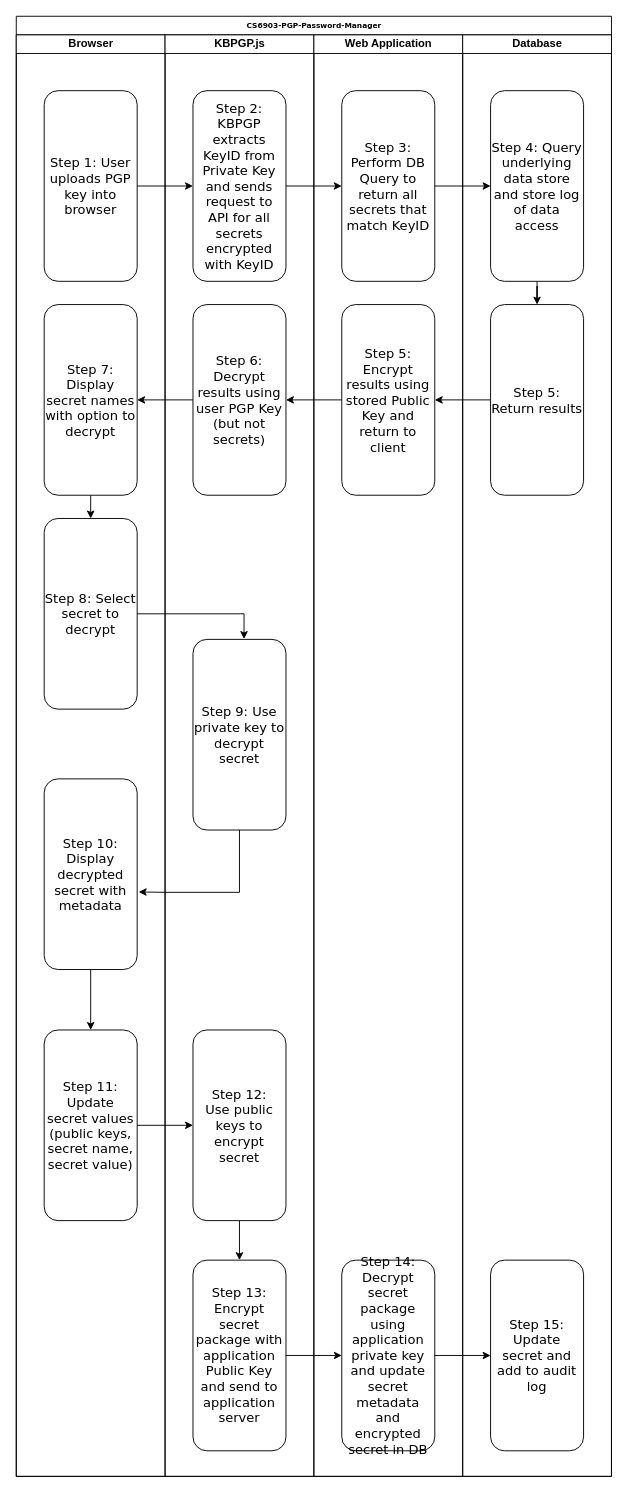
Before: page "Modify Secret" (3 of 3) of documentation/CS6903-PGP-Password-Manager-Workflow.drawio in joelbcastillo/CS6903-PGP-Password-Manager, a draw.io diagram. Source tidied: cells renumbered, new cells numbered last; positions are measured from the earlier drawing's top-left corner, leaving out a move shared by most shapes. Both pictures are drawn from the tidied source at 93%, with x=0, y=0 at pixel (16, 16).
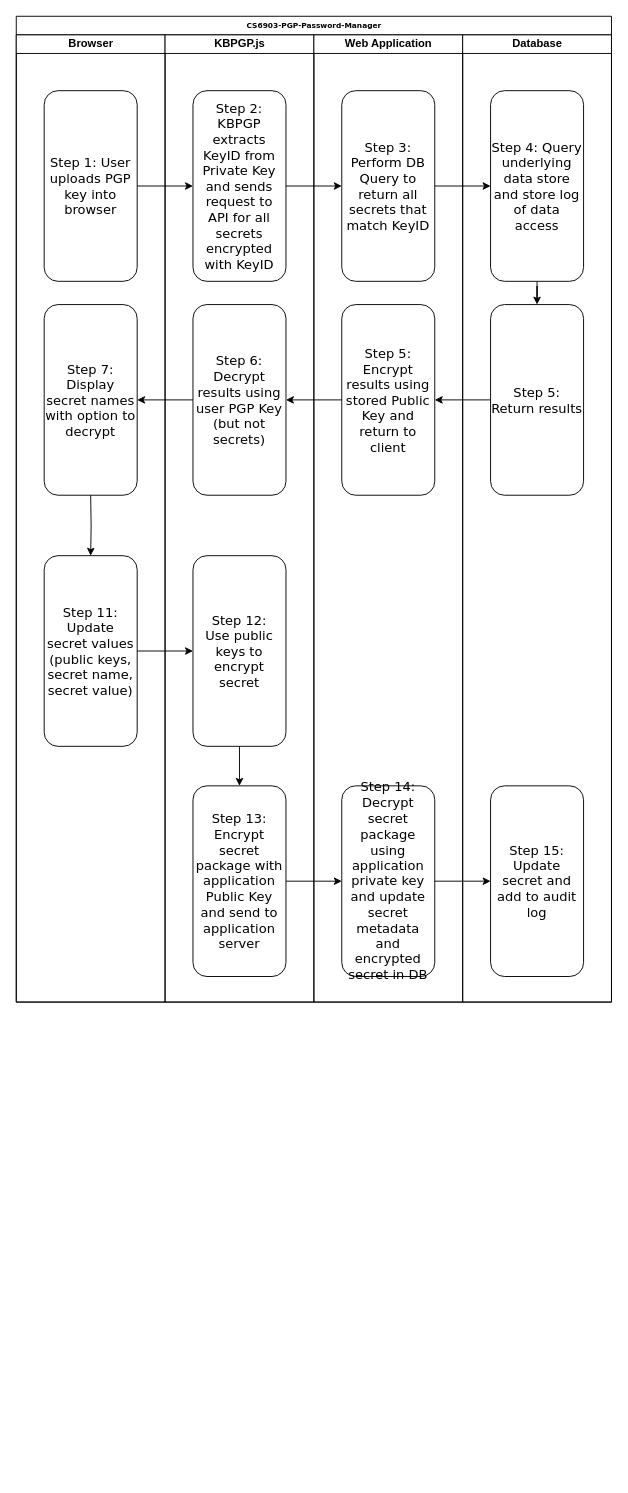
Above is the later version.

Unchanged cells that the change refers to:
```xml
<mxCell id="6" value="&lt;font style=&quot;font-size: 14px&quot;&gt;Step 7: Display secret names with option to decrypt&lt;br&gt;&lt;/font&gt;" style="rounded=1;whiteSpace=wrap;html=1;shadow=0;labelBackgroundColor=none;strokeWidth=1;fontFamily=Verdana;fontSize=8;align=center;" parent="3" vertex="1">
  <mxGeometry x="30" y="290" width="100" height="205" as="geometry" />
</mxCell>
```

Change to the diagram source:
```diff
@@
     <mxCell id="2" value="CS6903-PGP-Password-Manager" style="swimlane;html=1;startSize=20;rounded=0;shadow=0;labelBackgroundColor=none;strokeWidth=1;fontFamily=Verdana;fontSize=8;align=center;" parent="1" vertex="1">
-      <mxGeometry width="640" height="1570" as="geometry" />
+      <mxGeometry width="640" height="1060" as="geometry" />
     </mxCell>
     <mxCell id="3" value="Browser" style="swimlane;html=1;startSize=20;" parent="2" vertex="1">
-      <mxGeometry y="20" width="160" height="1550" as="geometry" />
+      <mxGeometry y="20" width="160" height="1040" as="geometry" />
     </mxCell>
@@
-    <mxCell id="5" style="edgeStyle=orthogonalEdgeStyle;rounded=0;jettySize=auto;html=1;exitX=0.5;exitY=1;exitDx=0;exitDy=0;entryX=0.5;entryY=0;entryDx=0;entryDy=0;" parent="3" edge="1" source="6" target="7">
-      <mxGeometry relative="1" as="geometry" />
-    </mxCell>
@@
-    <mxCell id="7" value="&lt;font style=&quot;font-size: 14px&quot;&gt;Step 8: Select secret to decrypt&lt;br&gt;&lt;/font&gt;" style="rounded=1;whiteSpace=wrap;html=1;shadow=0;labelBackgroundColor=none;strokeWidth=1;fontFamily=Verdana;fontSize=8;align=center;" parent="3" vertex="1">
-      <mxGeometry x="30" y="520" width="100" height="205" as="geometry" />
-    </mxCell>
-    <mxCell id="8" style="edgeStyle=orthogonalEdgeStyle;rounded=0;jettySize=auto;html=1;entryX=0.5;entryY=0;entryDx=0;entryDy=0;" parent="3" edge="1" source="9" target="10">
-      <mxGeometry relative="1" as="geometry" />
+    <mxCell id="8" style="edgeStyle=orthogonalEdgeStyle;rounded=0;jettySize=auto;html=1;entryX=0.5;entryY=0;entryDx=0;entryDy=0;" parent="3" edge="1" target="10">
+      <mxGeometry relative="1" as="geometry">
+        <mxPoint x="80" y="495" as="sourcePoint" />
+      </mxGeometry>
     </mxCell>
-    <mxCell id="9" value="&lt;font style=&quot;font-size: 14px&quot;&gt;Step 10: Display decrypted secret with metadata&lt;br&gt;&lt;/font&gt;" style="rounded=1;whiteSpace=wrap;html=1;shadow=0;labelBackgroundColor=none;strokeWidth=1;fontFamily=Verdana;fontSize=8;align=center;" parent="3" vertex="1">
-      <mxGeometry x="30" y="800" width="100" height="205" as="geometry" />
-    </mxCell>
     <mxCell id="10" value="&lt;font style=&quot;font-size: 14px&quot;&gt;Step 11: &lt;br&gt;Update secret values (public keys, secret name, secret value)&lt;br&gt;&lt;/font&gt;" style="rounded=1;whiteSpace=wrap;html=1;shadow=0;labelBackgroundColor=none;strokeWidth=1;fontFamily=Verdana;fontSize=8;align=center;" parent="3" vertex="1">
-      <mxGeometry x="30" y="1070" width="100" height="205" as="geometry" />
+      <mxGeometry x="30" y="560" width="100" height="205" as="geometry" />
     </mxCell>
@@
     <mxCell id="22" value="KBPGP.js" style="swimlane;html=1;startSize=20;" parent="2" vertex="1">
-      <mxGeometry x="160" y="20" width="160" height="1550" as="geometry" />
+      <mxGeometry x="160" y="20" width="160" height="1040" as="geometry" />
     </mxCell>
@@
-    <mxCell id="25" value="&lt;font style=&quot;font-size: 14px&quot;&gt;Step 9: Use private key to decrypt secret&lt;br&gt;&lt;/font&gt;" style="rounded=1;whiteSpace=wrap;html=1;shadow=0;labelBackgroundColor=none;strokeWidth=1;fontFamily=Verdana;fontSize=8;align=center;" parent="22" vertex="1">
-      <mxGeometry x="30" y="650" width="100" height="205" as="geometry" />
-    </mxCell>
@@
     <mxCell id="27" value="&lt;font style=&quot;font-size: 14px&quot;&gt;Step 12: &lt;br&gt;Use public keys to encrypt secret&lt;br&gt;&lt;/font&gt;" style="rounded=1;whiteSpace=wrap;html=1;shadow=0;labelBackgroundColor=none;strokeWidth=1;fontFamily=Verdana;fontSize=8;align=center;" parent="22" vertex="1">
-      <mxGeometry x="30" y="1070" width="100" height="205" as="geometry" />
+      <mxGeometry x="30" y="560" width="100" height="205" as="geometry" />
     </mxCell>
     <mxCell id="28" value="&lt;font style=&quot;font-size: 14px&quot;&gt;Step 13: Encrypt secret package with application Public Key and send to application server&lt;br&gt;&lt;/font&gt;" style="rounded=1;whiteSpace=wrap;html=1;shadow=0;labelBackgroundColor=none;strokeWidth=1;fontFamily=Verdana;fontSize=8;align=center;" parent="22" vertex="1">
-      <mxGeometry x="30" y="1317.5" width="100" height="205" as="geometry" />
+      <mxGeometry x="30" y="807.5" width="100" height="205" as="geometry" />
     </mxCell>
+    <mxCell id="49" style="edgeStyle=orthogonalEdgeStyle;rounded=0;jettySize=auto;html=1;entryX=0;entryY=0.5;entryDx=0;entryDy=0;" parent="2" edge="1" source="10" target="27">
+      <mxGeometry relative="1" as="geometry" />
+    </mxCell>
+    <mxCell id="50" style="edgeStyle=orthogonalEdgeStyle;rounded=0;jettySize=auto;html=1;" parent="2" edge="1" source="33" target="40">
+      <mxGeometry relative="1" as="geometry" />
+    </mxCell>
+    <mxCell id="51" style="edgeStyle=orthogonalEdgeStyle;rounded=0;jettySize=auto;html=1;entryX=0;entryY=0.5;entryDx=0;entryDy=0;" parent="2" edge="1" source="28" target="33">
+      <mxGeometry relative="1" as="geometry" />
+    </mxCell>
     <mxCell id="29" value="Web Application" style="swimlane;html=1;startSize=20;" parent="2" vertex="1">
-      <mxGeometry x="320" y="20" width="160" height="1550" as="geometry" />
+      <mxGeometry x="320" y="20" width="160" height="1040" as="geometry" />
     </mxCell>
@@
     <mxCell id="33" value="&lt;font style=&quot;font-size: 14px&quot;&gt;Step 14:&lt;br&gt;Decrypt secret package using application private key and update secret metadata and encrypted secret in DB&lt;br&gt;&lt;/font&gt;" style="rounded=1;whiteSpace=wrap;html=1;shadow=0;labelBackgroundColor=none;strokeWidth=1;fontFamily=Verdana;fontSize=8;align=center;" parent="29" vertex="1">
-      <mxGeometry x="30" y="1317.5" width="100" height="205" as="geometry" />
+      <mxGeometry x="30" y="807.5" width="100" height="205" as="geometry" />
     </mxCell>
     <mxCell id="34" value="Database" style="swimlane;html=1;startSize=20;" parent="2" vertex="1">
-      <mxGeometry x="480" y="20" width="160" height="1550" as="geometry" />
+      <mxGeometry x="480" y="20" width="160" height="1040" as="geometry" />
     </mxCell>
@@
     <mxCell id="40" value="&lt;font style=&quot;font-size: 14px&quot;&gt;Step 15:&lt;br&gt;Update secret and add to audit log&lt;br&gt;&lt;/font&gt;" style="rounded=1;whiteSpace=wrap;html=1;shadow=0;labelBackgroundColor=none;strokeWidth=1;fontFamily=Verdana;fontSize=8;align=center;" parent="34" vertex="1">
-      <mxGeometry x="30" y="1317.5" width="100" height="205" as="geometry" />
+      <mxGeometry x="30" y="807.5" width="100" height="205" as="geometry" />
     </mxCell>
@@
-    <mxCell id="47" style="edgeStyle=orthogonalEdgeStyle;rounded=0;jettySize=auto;html=1;exitX=1;exitY=0.5;exitDx=0;exitDy=0;entryX=0.549;entryY=-0.002;entryDx=0;entryDy=0;entryPerimeter=0;" parent="2" edge="1" source="7" target="25">
-      <mxGeometry relative="1" as="geometry" />
-    </mxCell>
-    <mxCell id="48" style="edgeStyle=orthogonalEdgeStyle;rounded=0;jettySize=auto;html=1;entryX=1.016;entryY=0.593;entryDx=0;entryDy=0;entryPerimeter=0;" parent="2" edge="1" source="25" target="9">
-      <mxGeometry relative="1" as="geometry">
-        <Array as="points">
-          <mxPoint x="240" y="942" />
-          <mxPoint x="160" y="942" />
-        </Array>
-      </mxGeometry>
-    </mxCell>
-    <mxCell id="49" style="edgeStyle=orthogonalEdgeStyle;rounded=0;jettySize=auto;html=1;entryX=0;entryY=0.5;entryDx=0;entryDy=0;" parent="2" edge="1" source="10" target="27">
-      <mxGeometry relative="1" as="geometry" />
-    </mxCell>
-    <mxCell id="50" style="edgeStyle=orthogonalEdgeStyle;rounded=0;jettySize=auto;html=1;" parent="2" edge="1" source="33" target="40">
-      <mxGeometry relative="1" as="geometry" />
-    </mxCell>
-    <mxCell id="51" style="edgeStyle=orthogonalEdgeStyle;rounded=0;jettySize=auto;html=1;entryX=0;entryY=0.5;entryDx=0;entryDy=0;" parent="2" edge="1" source="28" target="33">
-      <mxGeometry relative="1" as="geometry" />
-    </mxCell>
```
